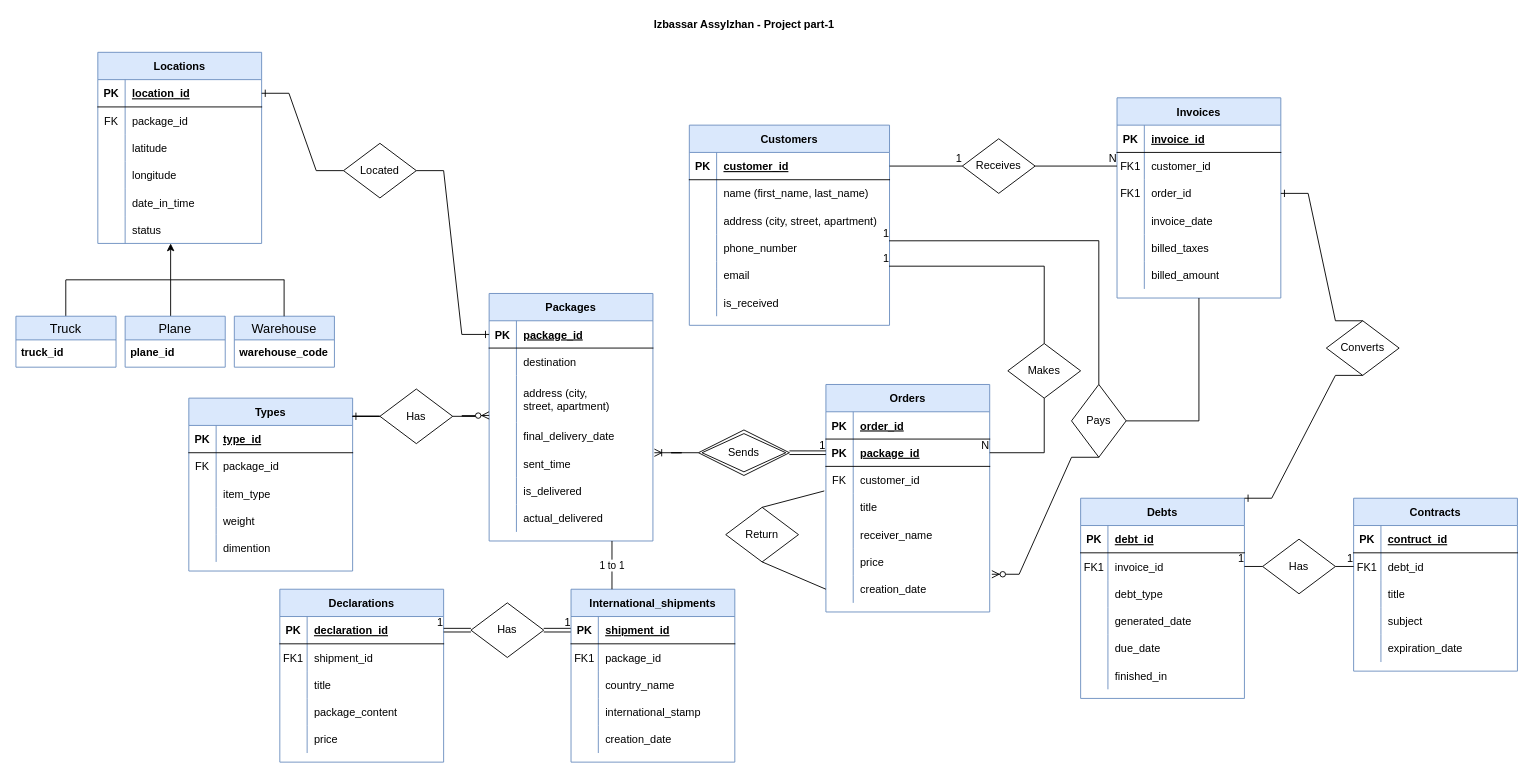
This is Project/project_part1.drawio from Assylzhan-Izbassar/Databases, a draw.io file, before an edit. Source tidied: cells renumbered, new cells numbered last; positions are measured from the earlier drawing's top-left corner, leaving out a move shared by most shapes. Both pictures are drawn from the tidied source at 91%, with x=0, y=0 at pixel (15, 15).
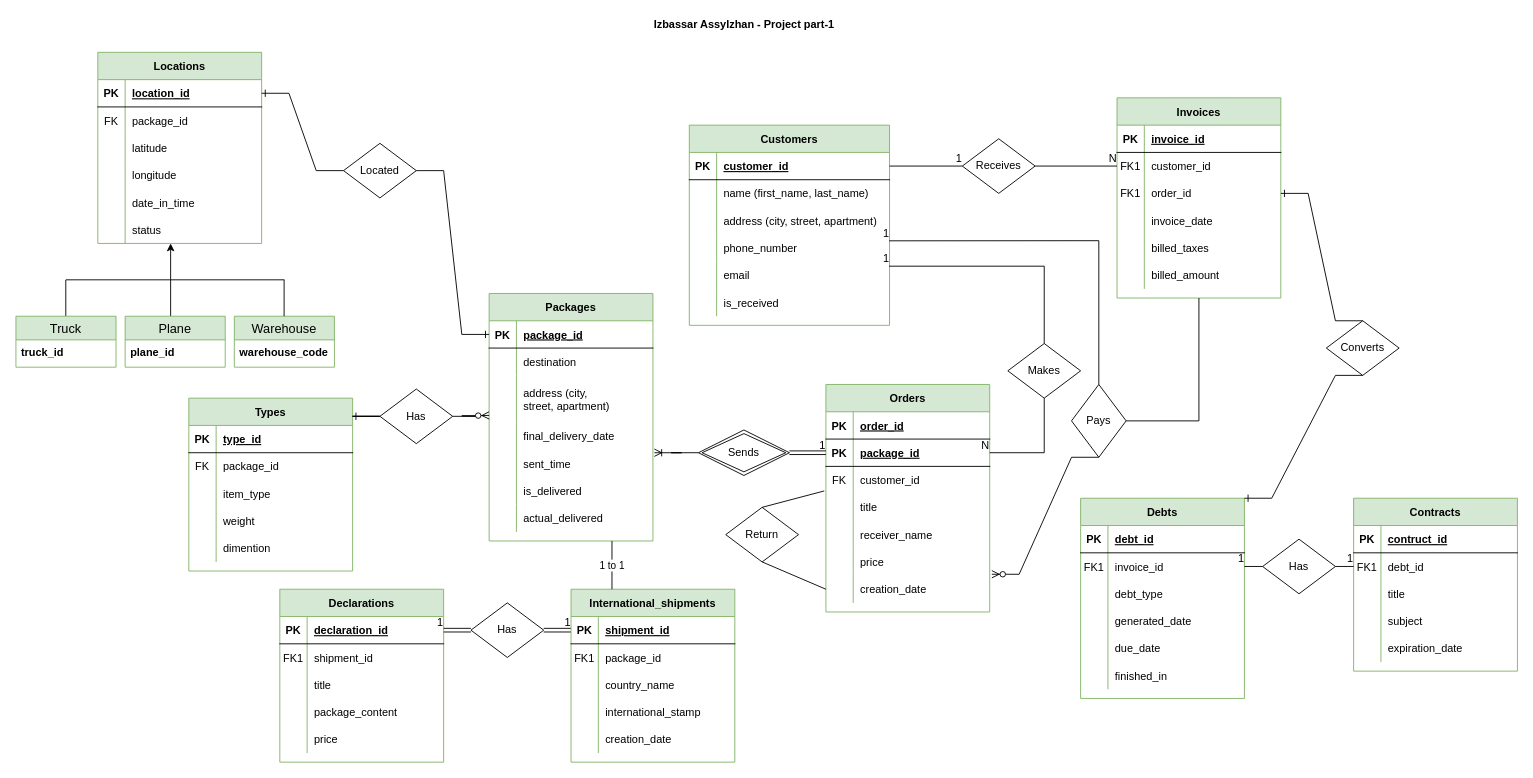
The same diagram, later.

Commit message (it also covers changes not shown here):
filling_data_2

Diff of the diagram source:
```diff
@@
-    <mxCell id="2" value="Orders" style="shape=table;startSize=30;childLayout=tableLayout;rowLines=0;fontStyle=1;align=center;fillColor=#dae8fc;strokeColor=#6c8ebf;" parent="1" vertex="1">
+    <mxCell id="2" value="Orders" style="shape=table;startSize=30;childLayout=tableLayout;rowLines=0;fontStyle=1;align=center;fillColor=#d5e8d4;strokeColor=#82b366;" parent="1" vertex="1">
       <mxGeometry x="890.1" y="405" width="180" height="250" as="geometry" />
     </mxCell>
@@
-    <mxCell id="24" value="Customers" style="shape=table;startSize=30;childLayout=tableLayout;rowLines=0;fontStyle=1;align=center;fillColor=#dae8fc;strokeColor=#6c8ebf;" parent="1" vertex="1">
+    <mxCell id="24" value="Customers" style="shape=table;startSize=30;childLayout=tableLayout;rowLines=0;fontStyle=1;align=center;fillColor=#d5e8d4;strokeColor=#82b366;" parent="1" vertex="1">
       <mxGeometry x="740" y="120" width="220" height="220" as="geometry" />
     </mxCell>
@@
-    <mxCell id="46" value="Debts" style="shape=table;startSize=30;childLayout=tableLayout;rowLines=0;fontStyle=1;align=center;fillColor=#dae8fc;strokeColor=#6c8ebf;" parent="1" vertex="1">
+    <mxCell id="46" value="Debts" style="shape=table;startSize=30;childLayout=tableLayout;rowLines=0;fontStyle=1;align=center;fillColor=#d5e8d4;strokeColor=#82b366;" parent="1" vertex="1">
       <mxGeometry x="1170" y="530" width="180" height="220" as="geometry" />
     </mxCell>
@@
-    <mxCell id="65" value="Contracts" style="shape=table;startSize=30;childLayout=tableLayout;rowLines=0;fontStyle=1;align=center;fillColor=#dae8fc;strokeColor=#6c8ebf;" parent="1" vertex="1">
+    <mxCell id="65" value="Contracts" style="shape=table;startSize=30;childLayout=tableLayout;rowLines=0;fontStyle=1;align=center;fillColor=#d5e8d4;strokeColor=#82b366;" parent="1" vertex="1">
       <mxGeometry x="1470" y="530" width="180" height="190" as="geometry" />
     </mxCell>
@@
-    <mxCell id="82" value="Invoices" style="shape=table;startSize=30;childLayout=tableLayout;rowLines=0;fontStyle=1;align=center;fillColor=#dae8fc;strokeColor=#6c8ebf;" parent="1" vertex="1">
+    <mxCell id="82" value="Invoices" style="shape=table;startSize=30;childLayout=tableLayout;rowLines=0;fontStyle=1;align=center;fillColor=#d5e8d4;strokeColor=#82b366;" parent="1" vertex="1">
       <mxGeometry x="1210" y="90" width="180" height="220" as="geometry" />
     </mxCell>
@@
-    <mxCell id="101" value="Packages" style="shape=table;startSize=30;childLayout=tableLayout;rowLines=0;fontStyle=1;align=center;fillColor=#dae8fc;strokeColor=#6c8ebf;" parent="1" vertex="1">
+    <mxCell id="101" value="Packages" style="shape=table;startSize=30;childLayout=tableLayout;rowLines=0;fontStyle=1;align=center;fillColor=#d5e8d4;strokeColor=#82b366;" parent="1" vertex="1">
       <mxGeometry x="520" y="305" width="180" height="272" as="geometry" />
     </mxCell>
@@
-    <mxCell id="123" value="Declarations" style="shape=table;startSize=30;childLayout=tableLayout;rowLines=0;fontStyle=1;align=center;fillColor=#dae8fc;strokeColor=#6c8ebf;" parent="1" vertex="1">
+    <mxCell id="123" value="Declarations" style="shape=table;startSize=30;childLayout=tableLayout;rowLines=0;fontStyle=1;align=center;fillColor=#d5e8d4;strokeColor=#82b366;" parent="1" vertex="1">
       <mxGeometry x="290" y="630" width="180" height="190" as="geometry" />
     </mxCell>
@@
-    <mxCell id="139" value="Types" style="shape=table;startSize=30;childLayout=tableLayout;rowLines=0;fontStyle=1;align=center;fillColor=#dae8fc;strokeColor=#6c8ebf;" parent="1" vertex="1">
+    <mxCell id="139" value="Types" style="shape=table;startSize=30;childLayout=tableLayout;rowLines=0;fontStyle=1;align=center;fillColor=#d5e8d4;strokeColor=#82b366;" parent="1" vertex="1">
       <mxGeometry x="190" y="420" width="180" height="190" as="geometry" />
     </mxCell>
@@
-    <mxCell id="155" value="Locations" style="shape=table;startSize=30;childLayout=tableLayout;rowLines=0;fontStyle=1;align=center;fillColor=#dae8fc;strokeColor=#6c8ebf;" parent="1" vertex="1">
+    <mxCell id="155" value="Locations" style="shape=table;startSize=30;childLayout=tableLayout;rowLines=0;fontStyle=1;align=center;fillColor=#d5e8d4;strokeColor=#82b366;" parent="1" vertex="1">
       <mxGeometry x="90" y="40" width="180" height="210" as="geometry" />
     </mxCell>
@@
-    <mxCell id="178" value="Truck" style="swimlane;fontStyle=0;horizontal=1;startSize=26;align=center;fontSize=14;fillColor=#dae8fc;strokeColor=#6c8ebf;" parent="1" vertex="1">
+    <mxCell id="178" value="Truck" style="swimlane;fontStyle=0;horizontal=1;startSize=26;align=center;fontSize=14;fillColor=#d5e8d4;strokeColor=#82b366;" parent="1" vertex="1">
       <mxGeometry y="330" width="110" height="56" as="geometry" />
     </mxCell>
@@
-    <mxCell id="180" value="Plane" style="swimlane;fontStyle=0;horizontal=1;startSize=26;align=center;fontSize=14;fillColor=#dae8fc;strokeColor=#6c8ebf;" parent="1" vertex="1">
+    <mxCell id="180" value="Plane" style="swimlane;fontStyle=0;horizontal=1;startSize=26;align=center;fontSize=14;fillColor=#d5e8d4;strokeColor=#82b366;" parent="1" vertex="1">
       <mxGeometry x="120" y="330" width="110" height="56" as="geometry" />
     </mxCell>
@@
-    <mxCell id="182" value="Warehouse" style="swimlane;fontStyle=0;horizontal=1;startSize=26;align=center;fontSize=14;fillColor=#dae8fc;strokeColor=#6c8ebf;" parent="1" vertex="1">
+    <mxCell id="182" value="Warehouse" style="swimlane;fontStyle=0;horizontal=1;startSize=26;align=center;fontSize=14;fillColor=#d5e8d4;strokeColor=#82b366;" parent="1" vertex="1">
       <mxGeometry x="240" y="330" width="110" height="56" as="geometry" />
     </mxCell>
@@
-    <mxCell id="218" value="International_shipments" style="shape=table;startSize=30;childLayout=tableLayout;rowLines=0;fontStyle=1;align=center;fillColor=#dae8fc;strokeColor=#6c8ebf;" parent="1" vertex="1">
+    <mxCell id="218" value="International_shipments" style="shape=table;startSize=30;childLayout=tableLayout;rowLines=0;fontStyle=1;align=center;fillColor=#d5e8d4;strokeColor=#82b366;" parent="1" vertex="1">
       <mxGeometry x="610" y="630" width="180" height="190" as="geometry" />
     </mxCell>
```
